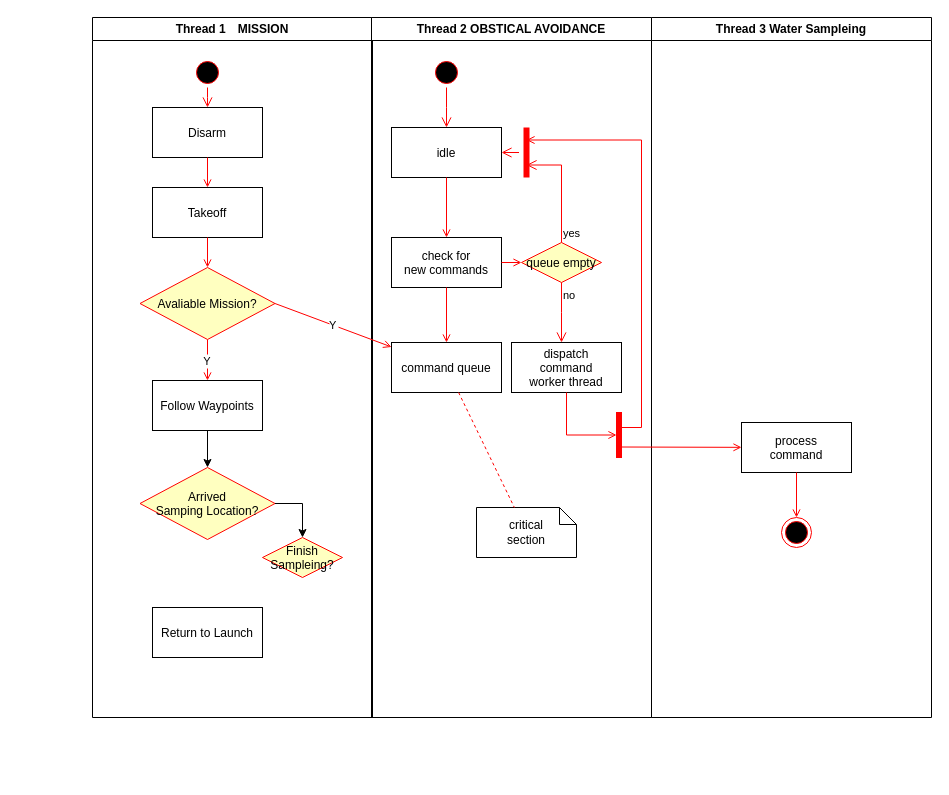
Earlier version of the draw.io diagram ｔｒｉｄｅｎｔ.drawio (RoboDD/my-flow-chart). Source tidied: cells renumbered, new cells numbered last; positions are measured from the earlier drawing's top-left corner, leaving out a move shared by most shapes. Both pictures are drawn from the tidied source at 100%, with x=0, y=0 at pixel (92, 17).
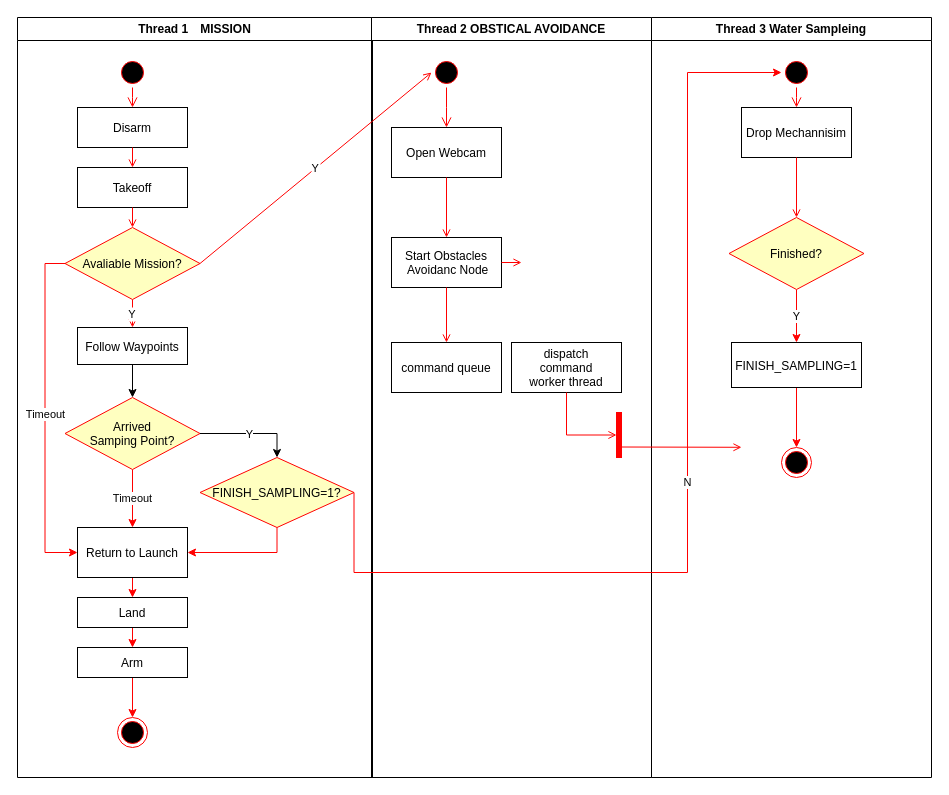
The same diagram, later.

The change refers to these unchanged cells:
```xml
<mxCell id="13" style="edgeStyle=orthogonalEdgeStyle;rounded=0;jettySize=auto;html=1;exitX=1;exitY=0.5;exitDx=0;exitDy=0;entryX=0.5;entryY=0;entryDx=0;entryDy=0;" parent="2" edge="1" source="14" target="16">
  <mxGeometry relative="1" as="geometry" />
</mxCell>
<mxCell id="18" style="ellipse;shape=startState;fillColor=#000000;strokeColor=#ff0000;" parent="17" vertex="1">
  <mxGeometry x="60" y="40" width="30" height="30" as="geometry" />
</mxCell>
<mxCell id="23" value="command queue" parent="17" vertex="1">
  <mxGeometry x="20" y="325" width="110" height="50" as="geometry" />
</mxCell>
<mxCell id="31" value="dispatch&#10;command&#10;worker thread" parent="17" vertex="1">
  <mxGeometry x="140" y="325" width="110" height="50" as="geometry" />
</mxCell>
```

Diff of the diagram source:
```diff
@@
     <mxCell id="2" value="Thread 1　MISSION" style="swimlane;whiteSpace=wrap;" parent="1" vertex="1">
-      <mxGeometry width="280" height="700" as="geometry" />
+      <mxGeometry x="-75" width="355" height="760" as="geometry" />
     </mxCell>
@@
     <mxCell id="5" value="Disarm" parent="2" vertex="1">
-      <mxGeometry x="60" y="90" width="110" height="50" as="geometry" />
+      <mxGeometry x="60" y="90" width="110" height="40" as="geometry" />
     </mxCell>
     <mxCell id="6" value="Takeoff" parent="2" vertex="1">
-      <mxGeometry x="60" y="170" width="110" height="50" as="geometry" />
+      <mxGeometry x="60" y="150" width="110" height="40" as="geometry" />
     </mxCell>
@@
     <mxCell id="10" value="Follow Waypoints" parent="2" vertex="1">
-      <mxGeometry x="60" y="363" width="110" height="50" as="geometry" />
+      <mxGeometry x="60" y="310" width="110" height="37" as="geometry" />
     </mxCell>
@@
+    <mxCell id="43" value="Timeout" style="edgeStyle=orthogonalEdgeStyle;rounded=0;jettySize=auto;html=1;exitX=0;exitY=0.5;exitDx=0;exitDy=0;entryX=0;entryY=0.5;entryDx=0;entryDy=0;strokeColor=#FF0000;" parent="2" edge="1" source="12" target="15">
+      <mxGeometry relative="1" as="geometry" />
+    </mxCell>
     <mxCell id="12" value="Avaliable Mission?" style="rhombus;fillColor=#ffffc0;strokeColor=#ff0000;" parent="2" vertex="1">
-      <mxGeometry x="47.5" y="250" width="135" height="72" as="geometry" />
+      <mxGeometry x="47.5" y="210" width="135" height="72" as="geometry" />
     </mxCell>
@@
+    <mxCell id="44" value="Y" style="edgeLabel;html=1;align=center;verticalAlign=middle;" parent="13" vertex="1">
+      <mxGeometry x="-0.03" relative="1" as="geometry" />
+    </mxCell>
+    <mxCell id="45" value="Timeout" style="edgeStyle=orthogonalEdgeStyle;rounded=0;jettySize=auto;html=1;exitX=0.5;exitY=1;exitDx=0;exitDy=0;strokeColor=#FF0000;" parent="2" edge="1" source="14" target="15">
+      <mxGeometry relative="1" as="geometry" />
+    </mxCell>
-    <mxCell id="14" value="Arrived &#10;Samping Location?" style="rhombus;fillColor=#ffffc0;strokeColor=#ff0000;" parent="2" vertex="1">
-      <mxGeometry x="47.5" y="450" width="135" height="72" as="geometry" />
+    <mxCell id="14" value="Arrived &#10;Samping Point?" style="rhombus;fillColor=#ffffc0;strokeColor=#ff0000;" parent="2" vertex="1">
+      <mxGeometry x="47.5" y="380" width="135" height="72" as="geometry" />
     </mxCell>
+    <mxCell id="46" style="edgeStyle=orthogonalEdgeStyle;rounded=0;jettySize=auto;html=1;exitX=0.5;exitY=1;exitDx=0;exitDy=0;strokeColor=#FF0000;entryX=0.5;entryY=0;entryDx=0;entryDy=0;" parent="2" edge="1" source="15" target="52">
+      <mxGeometry relative="1" as="geometry" />
+    </mxCell>
     <mxCell id="15" value="Return to Launch" parent="2" vertex="1">
-      <mxGeometry x="60" y="590" width="110" height="50" as="geometry" />
+      <mxGeometry x="60" y="510" width="110" height="50" as="geometry" />
     </mxCell>
+    <mxCell id="47" style="edgeStyle=orthogonalEdgeStyle;rounded=0;jettySize=auto;html=1;exitX=0.5;exitY=1;exitDx=0;exitDy=0;entryX=1;entryY=0.5;entryDx=0;entryDy=0;strokeColor=#FF0000;" parent="2" edge="1" source="16" target="15">
+      <mxGeometry relative="1" as="geometry" />
+    </mxCell>
-    <mxCell id="16" value="Finish&#10;Sampleing?" style="rhombus;fillColor=#ffffc0;strokeColor=#ff0000;" parent="2" vertex="1">
-      <mxGeometry x="170" y="520" width="80" height="40" as="geometry" />
+    <mxCell id="16" value="FINISH_SAMPLING=1?" style="rhombus;fillColor=#ffffc0;strokeColor=#ff0000;" parent="2" vertex="1">
+      <mxGeometry x="182.5" y="440" width="154" height="70" as="geometry" />
     </mxCell>
+    <mxCell id="48" style="ellipse;shape=endState;fillColor=#000000;strokeColor=#ff0000;" parent="2" vertex="1">
+      <mxGeometry x="100" y="700" width="30" height="30" as="geometry" />
+    </mxCell>
+    <mxCell id="49" style="edgeStyle=orthogonalEdgeStyle;rounded=0;jettySize=auto;html=1;exitX=0.5;exitY=1;exitDx=0;exitDy=0;strokeColor=#FF0000;" parent="2" edge="1" source="50" target="48">
+      <mxGeometry relative="1" as="geometry" />
+    </mxCell>
+    <mxCell id="50" value="Arm" parent="2" vertex="1">
+      <mxGeometry x="60" y="630" width="110" height="30" as="geometry" />
+    </mxCell>
+    <mxCell id="51" style="edgeStyle=orthogonalEdgeStyle;rounded=0;jettySize=auto;html=1;exitX=0.5;exitY=1;exitDx=0;exitDy=0;entryX=0.5;entryY=0;entryDx=0;entryDy=0;strokeColor=#FF0000;" parent="2" edge="1" source="52" target="50">
+      <mxGeometry relative="1" as="geometry" />
+    </mxCell>
+    <mxCell id="52" value="Land" parent="2" vertex="1">
+      <mxGeometry x="60" y="580" width="110" height="30" as="geometry" />
+    </mxCell>
     <mxCell id="17" value="Thread 2 OBSTICAL AVOIDANCE" style="swimlane;whiteSpace=wrap;" parent="1" vertex="1">
-      <mxGeometry x="279" width="280" height="700" as="geometry" />
+      <mxGeometry x="279" width="280" height="760" as="geometry" />
     </mxCell>
@@
-    <mxCell id="20" value="idle" parent="17" vertex="1">
+    <mxCell id="20" value="Open Webcam" parent="17" vertex="1">
       <mxGeometry x="20" y="110" width="110" height="50" as="geometry" />
     </mxCell>
-    <mxCell id="21" value="check for &#10;new commands" parent="17" vertex="1">
+    <mxCell id="21" value="Start Obstacles&#10; Avoidanc Node" parent="17" vertex="1">
       <mxGeometry x="20" y="220" width="110" height="50" as="geometry" />
     </mxCell>
@@
-    <mxCell id="25" value="queue empty" style="rhombus;fillColor=#ffffc0;strokeColor=#ff0000;" parent="17" vertex="1">
-      <mxGeometry x="150" y="225" width="80" height="40" as="geometry" />
-    </mxCell>
-    <mxCell id="26" value="yes" style="edgeStyle=elbowEdgeStyle;elbow=horizontal;align=left;verticalAlign=bottom;endArrow=open;endSize=8;strokeColor=#FF0000;exitX=0.5;exitY=0;endFill=1;rounded=0;entryX=0.75;entryY=0.5;entryPerimeter=0;" parent="17" edge="1" source="25" target="29">
-      <mxGeometry x="-1" relative="1" as="geometry">
-        <Array as="points">
-          <mxPoint x="190" y="180" />
-        </Array>
-      </mxGeometry>
-    </mxCell>
-    <mxCell id="27" value="no" style="edgeStyle=elbowEdgeStyle;elbow=horizontal;align=left;verticalAlign=top;endArrow=open;endSize=8;strokeColor=#FF0000;endFill=1;rounded=0;" parent="17" edge="1" source="25" target="31">
-      <mxGeometry x="-1" relative="1" as="geometry" />
-    </mxCell>
-    <mxCell id="28" style="endArrow=open;strokeColor=#FF0000;endFill=1;rounded=0;" parent="17" edge="1" source="21" target="25">
-      <mxGeometry relative="1" as="geometry" />
+    <mxCell id="28" style="endArrow=open;strokeColor=#FF0000;endFill=1;rounded=0;" parent="17" edge="1" source="21">
+      <mxGeometry relative="1" as="geometry">
+        <mxPoint x="150" y="245" as="targetPoint" />
+      </mxGeometry>
     </mxCell>
-    <mxCell id="29" style="shape=line;strokeWidth=6;strokeColor=#ff0000;rotation=90;" parent="17" vertex="1">
-      <mxGeometry x="130" y="127.5" width="50" height="15" as="geometry" />
-    </mxCell>
-    <mxCell id="30" style="edgeStyle=elbowEdgeStyle;elbow=horizontal;verticalAlign=bottom;endArrow=open;endSize=8;strokeColor=#FF0000;endFill=1;rounded=0;" parent="17" edge="1" source="29" target="20">
-      <mxGeometry x="130" y="90" as="geometry" />
-    </mxCell>
@@
-    <mxCell id="32" value="critical&#10;section" style="shape=note;whiteSpace=wrap;size=17;" parent="17" vertex="1">
-      <mxGeometry x="105" y="490" width="100" height="50" as="geometry" />
-    </mxCell>
-    <mxCell id="33" style="endArrow=none;strokeColor=#FF0000;endFill=0;rounded=0;dashed=1;" parent="17" edge="1" source="23" target="32">
-      <mxGeometry relative="1" as="geometry" />
-    </mxCell>
@@
     <mxCell id="36" value="Thread 3 Water Sampleing" style="swimlane;whiteSpace=wrap;" parent="1" vertex="1">
-      <mxGeometry x="559" width="280" height="700" as="geometry" />
+      <mxGeometry x="559" width="280" height="760" as="geometry" />
     </mxCell>
-    <mxCell id="37" value="process&#10;command" parent="36" vertex="1">
-      <mxGeometry x="90" y="405" width="110" height="50" as="geometry" />
-    </mxCell>
-    <mxCell id="38" style="edgeStyle=elbowEdgeStyle;elbow=horizontal;strokeColor=#FF0000;endArrow=open;endFill=1;rounded=0;entryX=0.25;entryY=0.5;entryPerimeter=0;" parent="36" edge="1" target="29">
-      <mxGeometry relative="1" as="geometry">
-        <mxPoint x="-30" y="410" as="sourcePoint" />
-        <Array as="points">
-          <mxPoint x="-10" y="135" />
-        </Array>
-      </mxGeometry>
-    </mxCell>
-    <mxCell id="39" style="edgeStyle=none;strokeColor=#FF0000;endArrow=open;endFill=1;rounded=0;" parent="36" edge="1" target="37">
+    <mxCell id="39" style="edgeStyle=none;strokeColor=#FF0000;endArrow=open;endFill=1;rounded=0;" parent="36" edge="1">
       <mxGeometry relative="1" as="geometry">
         <mxPoint x="-30" y="429.5" as="sourcePoint" />
+        <mxPoint x="90" y="429.8" as="targetPoint" />
       </mxGeometry>
     </mxCell>
     <mxCell id="40" style="ellipse;shape=endState;fillColor=#000000;strokeColor=#ff0000;" parent="36" vertex="1">
-      <mxGeometry x="130" y="500" width="30" height="30" as="geometry" />
+      <mxGeometry x="130" y="430" width="30" height="30" as="geometry" />
     </mxCell>
-    <mxCell id="41" style="endArrow=open;strokeColor=#FF0000;endFill=1;rounded=0;" parent="36" edge="1" source="37" target="40">
-      <mxGeometry relative="1" as="geometry" />
-    </mxCell>
+    <mxCell id="53" style="ellipse;shape=startState;fillColor=#000000;strokeColor=#ff0000;" parent="36" vertex="1">
+      <mxGeometry x="130" y="40" width="30" height="30" as="geometry" />
+    </mxCell>
+    <mxCell id="54" style="edgeStyle=elbowEdgeStyle;elbow=horizontal;verticalAlign=bottom;endArrow=open;endSize=8;strokeColor=#FF0000;endFill=1;rounded=0;" parent="36" edge="1" source="53" target="55">
+      <mxGeometry x="-35" y="-10" as="geometry" />
+    </mxCell>
+    <mxCell id="55" value="Drop Mechannisim" parent="36" vertex="1">
+      <mxGeometry x="90" y="90" width="110" height="50" as="geometry" />
+    </mxCell>
+    <mxCell id="56" style="endArrow=open;strokeColor=#FF0000;endFill=1;rounded=0;entryX=0.5;entryY=0;entryDx=0;entryDy=0;" parent="36" edge="1" source="55" target="58">
+      <mxGeometry relative="1" as="geometry" />
+    </mxCell>
+    <mxCell id="57" value="Y" style="edgeStyle=orthogonalEdgeStyle;rounded=0;jettySize=auto;html=1;exitX=0.5;exitY=1;exitDx=0;exitDy=0;entryX=0.5;entryY=0;entryDx=0;entryDy=0;strokeColor=#FF0000;" parent="36" edge="1" source="58" target="60">
+      <mxGeometry relative="1" as="geometry" />
+    </mxCell>
+    <mxCell id="58" value="Finished?" style="rhombus;fillColor=#ffffc0;strokeColor=#ff0000;" parent="36" vertex="1">
+      <mxGeometry x="77.5" y="200" width="135" height="72" as="geometry" />
+    </mxCell>
+    <mxCell id="59" style="edgeStyle=orthogonalEdgeStyle;rounded=0;jettySize=auto;html=1;exitX=0.5;exitY=1;exitDx=0;exitDy=0;strokeColor=#FF0000;" parent="36" edge="1" source="60" target="40">
+      <mxGeometry relative="1" as="geometry" />
+    </mxCell>
+    <mxCell id="60" value="FINISH_SAMPLING=1" parent="36" vertex="1">
+      <mxGeometry x="80" y="325" width="130" height="45" as="geometry" />
+    </mxCell>
-    <mxCell id="42" value="Y" style="endArrow=open;strokeColor=#FF0000;endFill=1;rounded=0;exitX=1;exitY=0.5;exitDx=0;exitDy=0;" parent="1" edge="1" source="12" target="23">
+    <mxCell id="42" value="Y" style="endArrow=open;strokeColor=#FF0000;endFill=1;rounded=0;exitX=1;exitY=0.5;exitDx=0;exitDy=0;entryX=0;entryY=0.5;entryDx=0;entryDy=0;" parent="1" edge="1" source="12" target="18">
       <mxGeometry relative="1" as="geometry" />
     </mxCell>
+    <mxCell id="61" value="N" style="edgeStyle=orthogonalEdgeStyle;rounded=0;jettySize=auto;html=1;exitX=1;exitY=0.5;exitDx=0;exitDy=0;entryX=0;entryY=0.5;entryDx=0;entryDy=0;fillColor=#f8cecc;strokeColor=#FF0000;" parent="1" edge="1" source="16" target="53">
+      <mxGeometry relative="1" as="geometry">
+        <Array as="points">
+          <mxPoint x="595" y="555" />
+          <mxPoint x="595" y="55" />
+        </Array>
+      </mxGeometry>
+    </mxCell>
```
